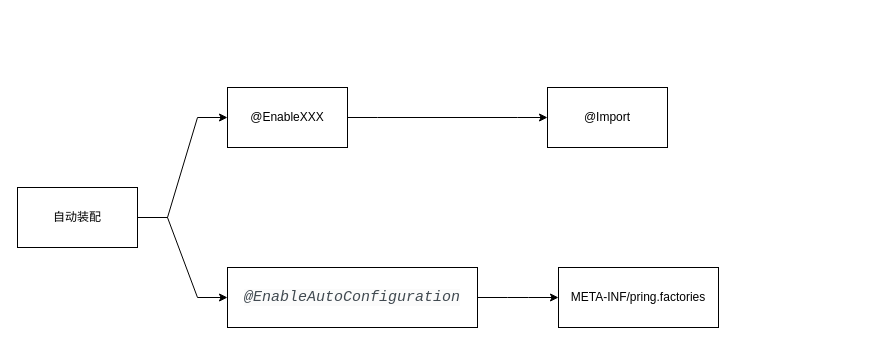
zhfk/drawo.io.mydiagrams keeps this draw.io diagram as page "自动装配" (3 of 5) of spring.drawio. Above is the earlier version. Source tidied: cells renumbered, new cells numbered last; positions are measured from the earlier drawing's top-left corner, leaving out a move shared by most shapes. Both pictures are drawn from the tidied source at 100%, with x=0, y=0 at pixel (17, 87).
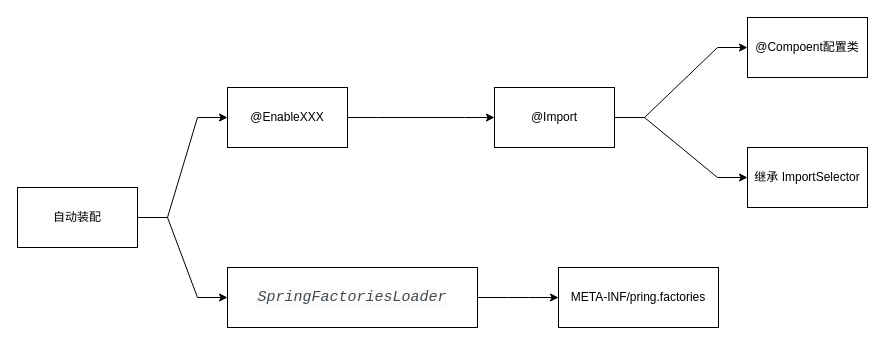
After the change.

Diff of the diagram source:
```diff
@@
 <mxGraphModel>
   <root>
     <mxCell id="0" />
     <mxCell id="1" parent="0" />
     <mxCell id="2" style="edgeStyle=entityRelationEdgeStyle;rounded=0;jettySize=auto;html=1;" parent="1" edge="1" source="3" target="6">
       <mxGeometry relative="1" as="geometry" />
     </mxCell>
     <mxCell id="3" value="自动装配" style="rounded=0;whiteSpace=wrap;html=1;" parent="1" vertex="1">
       <mxGeometry y="100" width="120" height="60" as="geometry" />
     </mxCell>
     <mxCell id="4" style="edgeStyle=entityRelationEdgeStyle;rounded=0;jettySize=auto;html=1;" parent="1" edge="1" source="6" target="7">
       <mxGeometry relative="1" as="geometry" />
     </mxCell>
     <mxCell id="5" style="edgeStyle=entityRelationEdgeStyle;rounded=0;jettySize=auto;html=1;exitX=1;exitY=0.5;exitDx=0;exitDy=0;entryX=0;entryY=0.5;entryDx=0;entryDy=0;" parent="1" edge="1" source="3" target="10">
       <mxGeometry relative="1" as="geometry" />
     </mxCell>
     <mxCell id="6" value="@EnableXXX" style="whiteSpace=wrap;html=1;rounded=0;" parent="1" vertex="1">
       <mxGeometry x="210" width="120" height="60" as="geometry" />
     </mxCell>
+    <mxCell id="11" style="edgeStyle=entityRelationEdgeStyle;rounded=0;jettySize=auto;html=1;" parent="1" edge="1" source="7" target="13">
+      <mxGeometry relative="1" as="geometry" />
+    </mxCell>
+    <mxCell id="12" style="edgeStyle=entityRelationEdgeStyle;rounded=0;jettySize=auto;html=1;exitX=1;exitY=0.5;exitDx=0;exitDy=0;entryX=0;entryY=0.5;entryDx=0;entryDy=0;" parent="1" edge="1" source="7" target="14">
+      <mxGeometry relative="1" as="geometry" />
+    </mxCell>
     <mxCell id="7" value="@Import" style="whiteSpace=wrap;html=1;rounded=0;" parent="1" vertex="1">
-      <mxGeometry x="530" width="120" height="60" as="geometry" />
+      <mxGeometry x="477" width="120" height="60" as="geometry" />
     </mxCell>
     <mxCell id="8" value="META-INF/pring.factories&lt;br&gt;" style="whiteSpace=wrap;html=1;rounded=0;" parent="1" vertex="1">
       <mxGeometry x="541" y="180" width="160" height="60" as="geometry" />
     </mxCell>
     <mxCell id="9" style="edgeStyle=entityRelationEdgeStyle;rounded=0;jettySize=auto;html=1;exitX=1;exitY=0.5;exitDx=0;exitDy=0;entryX=0;entryY=0.5;entryDx=0;entryDy=0;" parent="1" edge="1" source="10" target="8">
       <mxGeometry relative="1" as="geometry" />
     </mxCell>
-    <mxCell id="10" value="&lt;span style=&quot;color: rgb(65 , 74 , 81) ; font-family: &amp;#34;inconsolata&amp;#34; , monospace ; font-size: 15px ; font-style: italic ; text-align: left ; background-color: rgb(251 , 251 , 251)&quot;&gt;@EnableAutoConfiguration&lt;/span&gt;" style="whiteSpace=wrap;html=1;rounded=0;" parent="1" vertex="1">
+    <mxCell id="10" value="&lt;span style=&quot;color: rgb(65 , 74 , 81) ; font-family: &amp;#34;inconsolata&amp;#34; , monospace ; font-size: 15px ; font-style: italic ; text-align: left ; background-color: rgb(251 , 251 , 251)&quot;&gt;SpringFactoriesLoader&lt;/span&gt;" style="whiteSpace=wrap;html=1;rounded=0;" parent="1" vertex="1">
       <mxGeometry x="210" y="180" width="250" height="60" as="geometry" />
     </mxCell>
+    <mxCell id="13" value="@Compoent配置类" style="whiteSpace=wrap;html=1;rounded=0;" parent="1" vertex="1">
+      <mxGeometry x="730" y="-70" width="120" height="60" as="geometry" />
+    </mxCell>
+    <mxCell id="14" value="继承 ImportSelector" style="whiteSpace=wrap;html=1;rounded=0;" parent="1" vertex="1">
+      <mxGeometry x="730" y="60" width="120" height="60" as="geometry" />
+    </mxCell>
   </root>
 </mxGraphModel>
```
